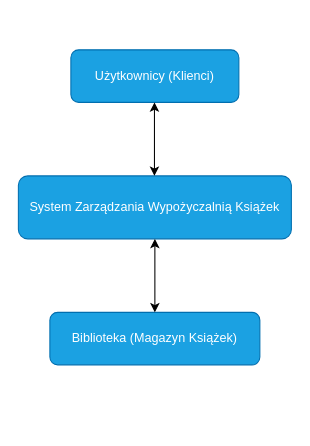
The draw.io diagram Diagram bez tytułu.drawio in dsw48692/MiPSI, before the edit. Source tidied: cells renumbered, new cells numbered last; positions are measured from the earlier drawing's top-left corner, leaving out a move shared by most shapes. Both pictures are drawn from the tidied source at 105%, with x=0, y=0 at pixel (18, 49). Pictures stored in the file or linked from it are replaced by grey dashed boxes.
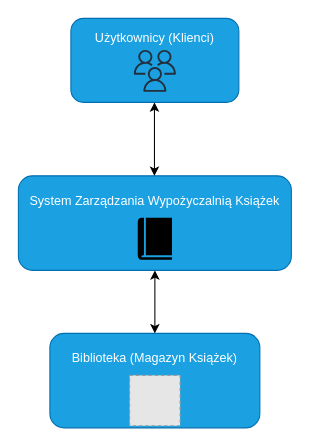
The same page after the edit.

Commit message (it also covers changes not shown here):
Zaktualizowany Diagram Kontekstowy.drawio

What changed in the source:
```diff
@@
 <mxGraphModel>
   <root>
     <mxCell id="0" />
     <mxCell id="1" parent="0" />
-    <mxCell id="2" value="Użytkownicy (Klienci)" style="rounded=1;whiteSpace=wrap;html=1;fontSize=12;glass=0;strokeWidth=1;shadow=0;fillColor=#1ba1e2;strokeColor=#006EAF;fontColor=#ffffff;" parent="1" vertex="1">
-      <mxGeometry x="50" width="160" height="50" as="geometry" />
+    <mxCell id="2" value="Użytkownicy (Klienci)&lt;div&gt;&lt;br&gt;&lt;div&gt;&lt;br&gt;&lt;/div&gt;&lt;div&gt;&lt;br&gt;&lt;/div&gt;&lt;/div&gt;" style="rounded=1;whiteSpace=wrap;html=1;fontSize=12;glass=0;strokeWidth=1;shadow=0;fillColor=#1ba1e2;strokeColor=#006EAF;fontColor=#ffffff;" parent="1" vertex="1">
+      <mxGeometry x="50" y="-30" width="160" height="80" as="geometry" />
     </mxCell>
-    <mxCell id="3" value="Biblioteka (Magazyn Książek)" style="rounded=1;whiteSpace=wrap;html=1;fontSize=12;glass=0;strokeWidth=1;shadow=0;fillColor=#1ba1e2;strokeColor=#006EAF;fontColor=#ffffff;" parent="1" vertex="1">
-      <mxGeometry x="30" y="250" width="200" height="50" as="geometry" />
+    <mxCell id="3" value="Biblioteka (Magazyn Książek)&lt;div&gt;&lt;br&gt;&lt;div&gt;&lt;br&gt;&lt;/div&gt;&lt;div&gt;&lt;br&gt;&lt;/div&gt;&lt;/div&gt;" style="rounded=1;whiteSpace=wrap;html=1;fontSize=12;glass=0;strokeWidth=1;shadow=0;fillColor=#1ba1e2;strokeColor=#006EAF;fontColor=#ffffff;" parent="1" vertex="1">
+      <mxGeometry x="30" y="270" width="200" height="90" as="geometry" />
     </mxCell>
-    <mxCell id="4" value="System Zarządzania Wypożyczalnią Książek" style="rounded=1;whiteSpace=wrap;html=1;fontSize=12;glass=0;strokeWidth=1;shadow=0;fillColor=#1ba1e2;strokeColor=#006EAF;fontColor=#ffffff;" parent="1" vertex="1">
-      <mxGeometry y="120" width="260" height="60" as="geometry" />
+    <mxCell id="4" value="System Zarządzania Wypożyczalnią Książek&lt;div&gt;&lt;br&gt;&lt;div&gt;&lt;br&gt;&lt;/div&gt;&lt;div&gt;&lt;br&gt;&lt;/div&gt;&lt;/div&gt;" style="rounded=1;whiteSpace=wrap;html=1;fontSize=12;glass=0;strokeWidth=1;shadow=0;fillColor=#1ba1e2;strokeColor=#006EAF;fontColor=#ffffff;" parent="1" vertex="1">
+      <mxGeometry y="120" width="260" height="90" as="geometry" />
     </mxCell>
     <mxCell id="5" style="endArrow=classic;startArrow=classic;html=1;rounded=0;entryX=0.5;entryY=1;entryDx=0;entryDy=0;exitX=0.5;exitY=0;exitDx=0;exitDy=0;" parent="1" edge="1" source="3" target="4">
       <mxGeometry relative="1" as="geometry" />
     </mxCell>
     <mxCell id="6" style="endArrow=classic;startArrow=classic;html=1;rounded=0;entryX=0.5;entryY=1;entryDx=0;entryDy=0;exitX=0.5;exitY=0;exitDx=0;exitDy=0;" parent="1" edge="1">
       <mxGeometry relative="1" as="geometry">
         <mxPoint x="129.6" y="120" as="sourcePoint" />
         <mxPoint x="129.6" y="50" as="targetPoint" />
       </mxGeometry>
     </mxCell>
+    <mxCell id="7" style="sketch=0;shadow=0;dashed=0;html=1;strokeColor=none;fillColor=#000000;labelPosition=center;verticalLabelPosition=bottom;verticalAlign=top;align=center;shape=mxgraph.office.concepts.book_journal;" parent="1" vertex="1">
+      <mxGeometry x="113.7" y="160" width="32.6" height="40" as="geometry" />
+    </mxCell>
+    <mxCell id="8" style="fillColor=#E6E6E6;strokeColor=#999999;dashed=1;html=1;verticalAlign=top;verticalLabelPosition=bottom;labelBackgroundColor=#505050;" parent="1" vertex="1">
+      <mxGeometry x="106" y="310" width="48" height="48" as="geometry" />
+    </mxCell>
+    <mxCell id="9" style="sketch=0;fontColor=#232F3E;gradientColor=none;fillColor=#232F3D;strokeColor=none;dashed=0;verticalLabelPosition=bottom;verticalAlign=top;align=center;html=1;fontSize=12;fontStyle=0;shape=mxgraph.aws4.users;" parent="1" vertex="1">
+      <mxGeometry x="110" width="40" height="40" as="geometry" />
+    </mxCell>
   </root>
 </mxGraphModel>
```
